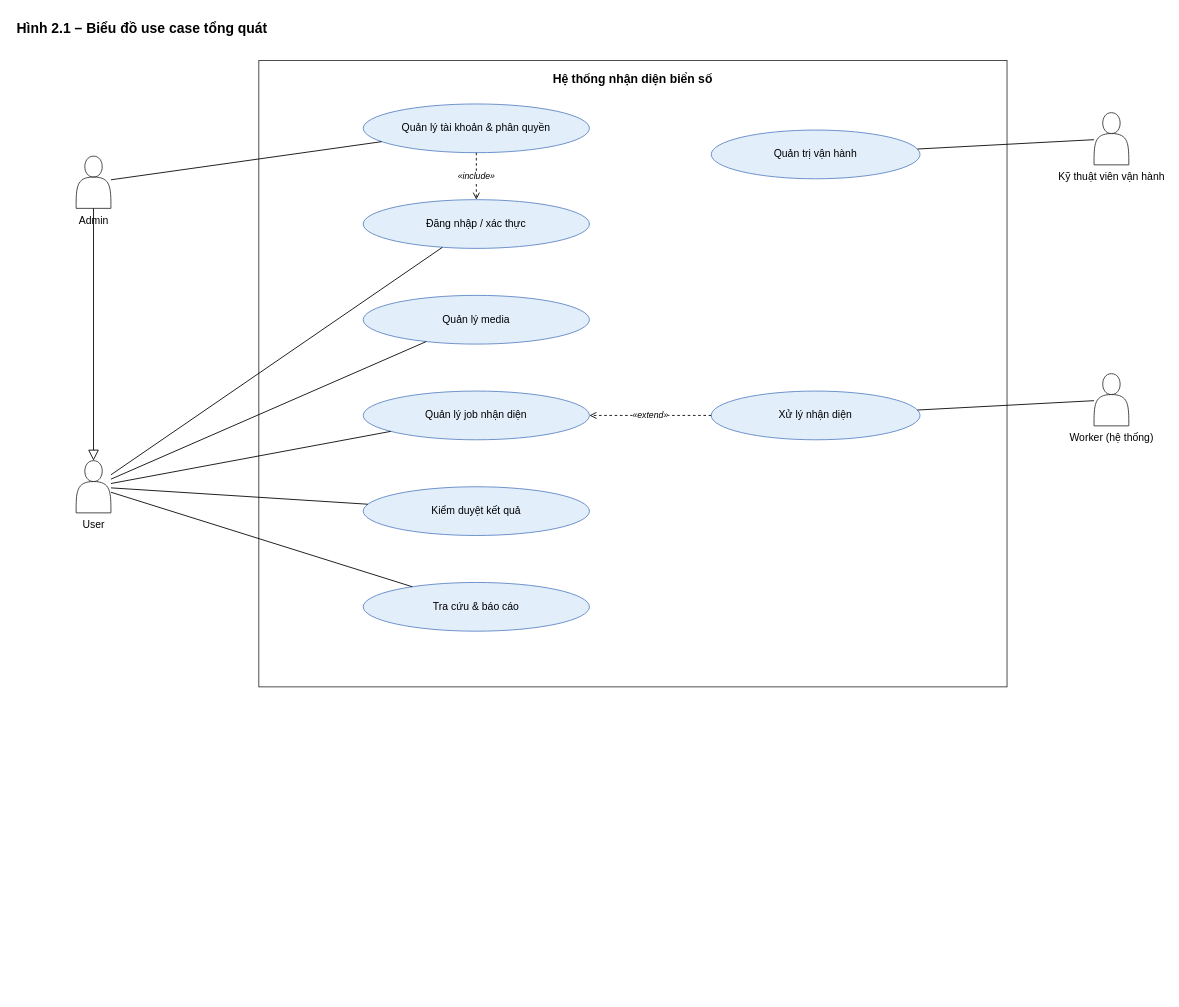
Before: page "2.1 Use case tổng quát" (6 of 44) of docs/uml/Vehicle_Tracking_UML.drawio in Oszumeiii/Vehicle_Tracking_BE, a draw.io diagram. Source tidied: cells renumbered, new cells numbered last; positions are measured from the earlier drawing's top-left corner, leaving out a move shared by most shapes. Both pictures are drawn from the tidied source at 87%, with x=0, y=0 at pixel (15, 15).
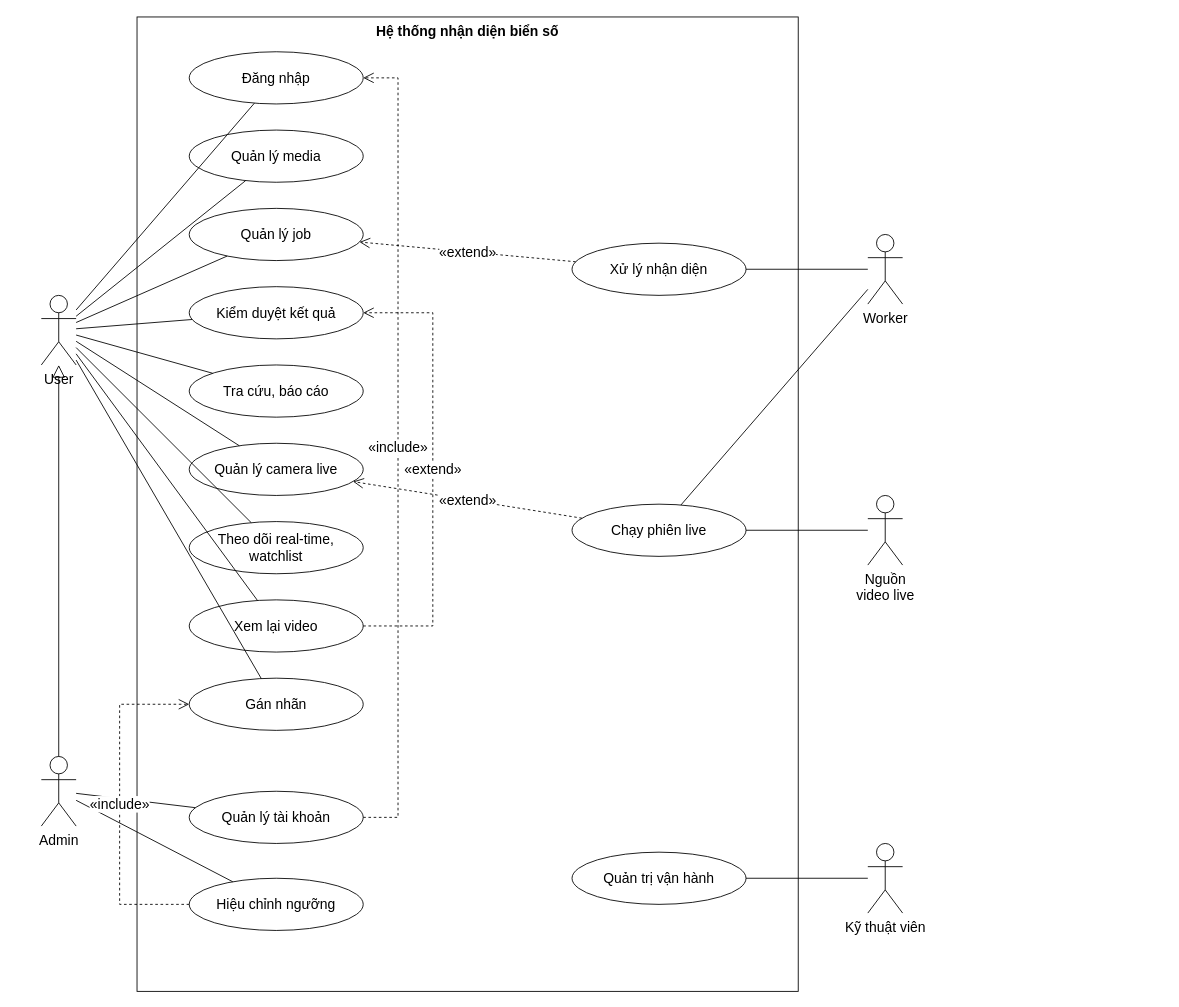
The same page after the edit.

Change to the diagram source:
```diff
@@
-    <mxCell id="2" value="Hình 2.1 – Biểu đồ use case tổng quát" style="fontFamily=Helvetica;fontSize=12;text;html=1;fontStyle=1;fontSize=16;align=left;verticalAlign=middle;strokeColor=none;fillColor=none;" parent="1" vertex="1">
-      <mxGeometry width="1200" height="30" as="geometry" />
-    </mxCell>
-    <mxCell id="3" value="Hệ thống nhận diện biển số" style="fontFamily=Helvetica;fontSize=12;rounded=0;whiteSpace=wrap;html=1;fillColor=none;strokeColor=#333333;verticalAlign=top;fontStyle=1;fontSize=14;spacingTop=6;" parent="1" vertex="1">
-      <mxGeometry x="280" y="52" width="860" height="720" as="geometry" />
+    <mxCell id="3" value="Hệ thống nhận diện biển số" style="fontFamily=Helvetica;fontSize=16;rounded=0;whiteSpace=wrap;html=1;verticalAlign=top;fontStyle=1;fillColor=none;" parent="1" vertex="1">
+      <mxGeometry x="140" y="2" width="760" height="1120" as="geometry" />
     </mxCell>
+    <mxCell id="5" value="User" style="fontFamily=Helvetica;fontSize=16;shape=umlActor;verticalLabelPosition=bottom;verticalAlign=top;html=1;outlineConnect=0;" parent="1" vertex="1">
+      <mxGeometry x="30" y="322" width="40" height="80" as="geometry" />
+    </mxCell>
-    <mxCell id="4" value="Admin" style="fontFamily=Helvetica;fontSize=12;shape=actor;verticalLabelPosition=bottom;verticalAlign=top;html=1;fillColor=#FFFFFF;strokeColor=#333333;labelBackgroundColor=none;" parent="1" vertex="1">
-      <mxGeometry x="70" y="162" width="40" height="60" as="geometry" />
+    <mxCell id="4" value="Admin" style="fontFamily=Helvetica;fontSize=16;shape=umlActor;verticalLabelPosition=bottom;verticalAlign=top;html=1;outlineConnect=0;" parent="1" vertex="1">
+      <mxGeometry x="30" y="852" width="40" height="80" as="geometry" />
     </mxCell>
-    <mxCell id="5" value="User" style="fontFamily=Helvetica;fontSize=12;shape=actor;verticalLabelPosition=bottom;verticalAlign=top;html=1;fillColor=#FFFFFF;strokeColor=#333333;labelBackgroundColor=none;" parent="1" vertex="1">
-      <mxGeometry x="70" y="512" width="40" height="60" as="geometry" />
-    </mxCell>
-    <mxCell id="6" value="Worker (hệ thống)" style="fontFamily=Helvetica;fontSize=12;shape=actor;verticalLabelPosition=bottom;verticalAlign=top;html=1;fillColor=#FFFFFF;strokeColor=#333333;labelBackgroundColor=none;" parent="1" vertex="1">
-      <mxGeometry x="1240" y="412" width="40" height="60" as="geometry" />
-    </mxCell>
-    <mxCell id="7" value="Kỹ thuật viên vận hành" style="fontFamily=Helvetica;fontSize=12;shape=actor;verticalLabelPosition=bottom;verticalAlign=top;html=1;fillColor=#FFFFFF;strokeColor=#333333;labelBackgroundColor=none;" parent="1" vertex="1">
-      <mxGeometry x="1240" y="112" width="40" height="60" as="geometry" />
-    </mxCell>
-    <mxCell id="8" value="Quản lý tài khoản &amp; phân quyền" style="fontFamily=Helvetica;fontSize=12;shape=ellipse;perimeter=ellipsePerimeter;whiteSpace=wrap;html=1;fillColor=#E3EEFB;strokeColor=#5B84C4;" parent="1" vertex="1">
-      <mxGeometry x="400" y="102" width="260" height="56" as="geometry" />
-    </mxCell>
-    <mxCell id="9" value="Đăng nhập / xác thực" style="fontFamily=Helvetica;fontSize=12;shape=ellipse;perimeter=ellipsePerimeter;whiteSpace=wrap;html=1;fillColor=#E3EEFB;strokeColor=#5B84C4;" parent="1" vertex="1">
-      <mxGeometry x="400" y="212" width="260" height="56" as="geometry" />
-    </mxCell>
+    <mxCell id="27" value="Worker" style="fontFamily=Helvetica;fontSize=16;shape=umlActor;verticalLabelPosition=bottom;verticalAlign=top;html=1;outlineConnect=0;" parent="1" vertex="1">
+      <mxGeometry x="980" y="252" width="40" height="80" as="geometry" />
+    </mxCell>
+    <mxCell id="28" value="Nguồn&lt;br&gt;video live" style="fontFamily=Helvetica;fontSize=16;shape=umlActor;verticalLabelPosition=bottom;verticalAlign=top;html=1;outlineConnect=0;" parent="1" vertex="1">
+      <mxGeometry x="980" y="552" width="40" height="80" as="geometry" />
+    </mxCell>
+    <mxCell id="29" value="Kỹ thuật viên" style="fontFamily=Helvetica;fontSize=16;shape=umlActor;verticalLabelPosition=bottom;verticalAlign=top;html=1;outlineConnect=0;" parent="1" vertex="1">
+      <mxGeometry x="980" y="952" width="40" height="80" as="geometry" />
+    </mxCell>
+    <mxCell id="16" style="fontFamily=Helvetica;fontSize=16;endArrow=block;endFill=0;endSize=12;html=1;rounded=0;" parent="1" edge="1" source="4" target="5">
+      <mxGeometry relative="1" as="geometry" />
+    </mxCell>
+    <mxCell id="30" value="Đăng nhập" style="fontFamily=Helvetica;fontSize=16;ellipse;whiteSpace=wrap;html=1;" parent="1" vertex="1">
+      <mxGeometry x="200" y="42" width="200" height="60" as="geometry" />
+    </mxCell>
-    <mxCell id="10" value="Quản lý media" style="fontFamily=Helvetica;fontSize=12;shape=ellipse;perimeter=ellipsePerimeter;whiteSpace=wrap;html=1;fillColor=#E3EEFB;strokeColor=#5B84C4;" parent="1" vertex="1">
-      <mxGeometry x="400" y="322" width="260" height="56" as="geometry" />
+    <mxCell id="10" value="Quản lý media" style="fontFamily=Helvetica;fontSize=16;ellipse;whiteSpace=wrap;html=1;" parent="1" vertex="1">
+      <mxGeometry x="200" y="132" width="200" height="60" as="geometry" />
     </mxCell>
-    <mxCell id="11" value="Quản lý job nhận diện" style="fontFamily=Helvetica;fontSize=12;shape=ellipse;perimeter=ellipsePerimeter;whiteSpace=wrap;html=1;fillColor=#E3EEFB;strokeColor=#5B84C4;" parent="1" vertex="1">
-      <mxGeometry x="400" y="432" width="260" height="56" as="geometry" />
-    </mxCell>
+    <mxCell id="31" value="Quản lý job" style="fontFamily=Helvetica;fontSize=16;ellipse;whiteSpace=wrap;html=1;" parent="1" vertex="1">
+      <mxGeometry x="200" y="222" width="200" height="60" as="geometry" />
+    </mxCell>
-    <mxCell id="12" value="Kiểm duyệt kết quả" style="fontFamily=Helvetica;fontSize=12;shape=ellipse;perimeter=ellipsePerimeter;whiteSpace=wrap;html=1;fillColor=#E3EEFB;strokeColor=#5B84C4;" parent="1" vertex="1">
-      <mxGeometry x="400" y="542" width="260" height="56" as="geometry" />
+    <mxCell id="12" value="Kiểm duyệt kết quả" style="fontFamily=Helvetica;fontSize=16;ellipse;whiteSpace=wrap;html=1;" parent="1" vertex="1">
+      <mxGeometry x="200" y="312" width="200" height="60" as="geometry" />
     </mxCell>
-    <mxCell id="13" value="Tra cứu &amp; báo cáo" style="fontFamily=Helvetica;fontSize=12;shape=ellipse;perimeter=ellipsePerimeter;whiteSpace=wrap;html=1;fillColor=#E3EEFB;strokeColor=#5B84C4;" parent="1" vertex="1">
-      <mxGeometry x="400" y="652" width="260" height="56" as="geometry" />
-    </mxCell>
+    <mxCell id="32" value="Tra cứu, báo cáo" style="fontFamily=Helvetica;fontSize=16;ellipse;whiteSpace=wrap;html=1;" parent="1" vertex="1">
+      <mxGeometry x="200" y="402" width="200" height="60" as="geometry" />
+    </mxCell>
+    <mxCell id="33" value="Quản lý camera live" style="fontFamily=Helvetica;fontSize=16;ellipse;whiteSpace=wrap;html=1;" parent="1" vertex="1">
+      <mxGeometry x="200" y="492" width="200" height="60" as="geometry" />
+    </mxCell>
+    <mxCell id="34" value="Theo dõi real-time,&lt;br&gt;watchlist" style="fontFamily=Helvetica;fontSize=16;ellipse;whiteSpace=wrap;html=1;" parent="1" vertex="1">
+      <mxGeometry x="200" y="582" width="200" height="60" as="geometry" />
+    </mxCell>
+    <mxCell id="35" value="Xem lại video" style="fontFamily=Helvetica;fontSize=16;ellipse;whiteSpace=wrap;html=1;" parent="1" vertex="1">
+      <mxGeometry x="200" y="672" width="200" height="60" as="geometry" />
+    </mxCell>
+    <mxCell id="36" value="Gán nhãn" style="fontFamily=Helvetica;fontSize=16;ellipse;whiteSpace=wrap;html=1;" parent="1" vertex="1">
+      <mxGeometry x="200" y="762" width="200" height="60" as="geometry" />
+    </mxCell>
+    <mxCell id="37" value="Quản lý tài khoản" style="fontFamily=Helvetica;fontSize=16;ellipse;whiteSpace=wrap;html=1;" parent="1" vertex="1">
+      <mxGeometry x="200" y="892" width="200" height="60" as="geometry" />
+    </mxCell>
+    <mxCell id="38" value="Hiệu chỉnh ngưỡng" style="fontFamily=Helvetica;fontSize=16;ellipse;whiteSpace=wrap;html=1;" parent="1" vertex="1">
+      <mxGeometry x="200" y="992" width="200" height="60" as="geometry" />
+    </mxCell>
-    <mxCell id="14" value="Xử lý nhận diện" style="fontFamily=Helvetica;fontSize=12;shape=ellipse;perimeter=ellipsePerimeter;whiteSpace=wrap;html=1;fillColor=#E3EEFB;strokeColor=#5B84C4;" parent="1" vertex="1">
-      <mxGeometry x="800" y="432" width="240" height="56" as="geometry" />
+    <mxCell id="14" value="Xử lý nhận diện" style="fontFamily=Helvetica;fontSize=16;ellipse;whiteSpace=wrap;html=1;" parent="1" vertex="1">
+      <mxGeometry x="640" y="262" width="200" height="60" as="geometry" />
     </mxCell>
+    <mxCell id="39" value="Chạy phiên live" style="fontFamily=Helvetica;fontSize=16;ellipse;whiteSpace=wrap;html=1;" parent="1" vertex="1">
+      <mxGeometry x="640" y="562" width="200" height="60" as="geometry" />
+    </mxCell>
-    <mxCell id="15" value="Quản trị vận hành" style="fontFamily=Helvetica;fontSize=12;shape=ellipse;perimeter=ellipsePerimeter;whiteSpace=wrap;html=1;fillColor=#E3EEFB;strokeColor=#5B84C4;" parent="1" vertex="1">
-      <mxGeometry x="800" y="132" width="240" height="56" as="geometry" />
+    <mxCell id="15" value="Quản trị vận hành" style="fontFamily=Helvetica;fontSize=16;ellipse;whiteSpace=wrap;html=1;" parent="1" vertex="1">
+      <mxGeometry x="640" y="962" width="200" height="60" as="geometry" />
     </mxCell>
-    <mxCell id="16" style="endArrow=block;endFill=0;endSize=10;html=1;rounded=0;" parent="1" edge="1" source="4" target="5">
-      <mxGeometry relative="1" as="geometry" />
-    </mxCell>
-    <mxCell id="17" style="endArrow=none;html=1;rounded=0;" parent="1" edge="1" source="4" target="8">
-      <mxGeometry relative="1" as="geometry" />
-    </mxCell>
-    <mxCell id="18" style="endArrow=none;html=1;rounded=0;" parent="1" edge="1" source="5" target="9">
-      <mxGeometry relative="1" as="geometry" />
-    </mxCell>
+    <mxCell id="40" style="fontFamily=Helvetica;fontSize=16;endArrow=none;html=1;rounded=0;" parent="1" edge="1" source="5" target="30">
+      <mxGeometry relative="1" as="geometry" />
+    </mxCell>
-    <mxCell id="19" style="endArrow=none;html=1;rounded=0;" parent="1" edge="1" source="5" target="10">
+    <mxCell id="19" style="fontFamily=Helvetica;fontSize=16;endArrow=none;html=1;rounded=0;" parent="1" edge="1" source="5" target="10">
       <mxGeometry relative="1" as="geometry" />
     </mxCell>
-    <mxCell id="20" style="endArrow=none;html=1;rounded=0;" parent="1" edge="1" source="5" target="11">
-      <mxGeometry relative="1" as="geometry" />
-    </mxCell>
+    <mxCell id="41" style="fontFamily=Helvetica;fontSize=16;endArrow=none;html=1;rounded=0;" parent="1" edge="1" source="5" target="31">
+      <mxGeometry relative="1" as="geometry" />
+    </mxCell>
-    <mxCell id="21" style="endArrow=none;html=1;rounded=0;" parent="1" edge="1" source="5" target="12">
+    <mxCell id="21" style="fontFamily=Helvetica;fontSize=16;endArrow=none;html=1;rounded=0;" parent="1" edge="1" source="5" target="12">
       <mxGeometry relative="1" as="geometry" />
     </mxCell>
-    <mxCell id="22" style="endArrow=none;html=1;rounded=0;" parent="1" edge="1" source="5" target="13">
-      <mxGeometry relative="1" as="geometry" />
-    </mxCell>
-    <mxCell id="23" style="endArrow=none;html=1;rounded=0;" parent="1" edge="1" source="6" target="14">
-      <mxGeometry relative="1" as="geometry" />
-    </mxCell>
-    <mxCell id="24" style="endArrow=none;html=1;rounded=0;" parent="1" edge="1" source="7" target="15">
-      <mxGeometry relative="1" as="geometry" />
-    </mxCell>
-    <mxCell id="25" value="«extend»" style="fontFamily=Helvetica;fontSize=12;endArrow=open;endFill=0;dashed=1;html=1;fontSize=10;fontStyle=2;labelBackgroundColor=#FFFFFF;" parent="1" edge="1" source="14" target="11">
-      <mxGeometry relative="1" as="geometry" />
-    </mxCell>
-    <mxCell id="26" value="«include»" style="fontFamily=Helvetica;fontSize=12;endArrow=open;endFill=0;dashed=1;html=1;fontSize=10;fontStyle=2;labelBackgroundColor=#FFFFFF;" parent="1" edge="1" source="8" target="9">
-      <mxGeometry relative="1" as="geometry" />
-    </mxCell>
+    <mxCell id="42" style="fontFamily=Helvetica;fontSize=16;endArrow=none;html=1;rounded=0;" parent="1" edge="1" source="5" target="32">
+      <mxGeometry relative="1" as="geometry" />
+    </mxCell>
+    <mxCell id="43" style="fontFamily=Helvetica;fontSize=16;endArrow=none;html=1;rounded=0;" parent="1" edge="1" source="5" target="33">
+      <mxGeometry relative="1" as="geometry" />
+    </mxCell>
+    <mxCell id="44" style="fontFamily=Helvetica;fontSize=16;endArrow=none;html=1;rounded=0;" parent="1" edge="1" source="5" target="34">
+      <mxGeometry relative="1" as="geometry" />
+    </mxCell>
+    <mxCell id="45" style="fontFamily=Helvetica;fontSize=16;endArrow=none;html=1;rounded=0;" parent="1" edge="1" source="5" target="35">
+      <mxGeometry relative="1" as="geometry" />
+    </mxCell>
+    <mxCell id="46" style="fontFamily=Helvetica;fontSize=16;endArrow=none;html=1;rounded=0;" parent="1" edge="1" source="5" target="36">
+      <mxGeometry relative="1" as="geometry" />
+    </mxCell>
+    <mxCell id="47" style="fontFamily=Helvetica;fontSize=16;endArrow=none;html=1;rounded=0;" parent="1" edge="1" source="4" target="37">
+      <mxGeometry relative="1" as="geometry" />
+    </mxCell>
+    <mxCell id="48" style="fontFamily=Helvetica;fontSize=16;endArrow=none;html=1;rounded=0;" parent="1" edge="1" source="4" target="38">
+      <mxGeometry relative="1" as="geometry" />
+    </mxCell>
+    <mxCell id="49" value="«include»" style="fontFamily=Helvetica;fontSize=16;endArrow=open;endSize=10;dashed=1;html=1;rounded=0;edgeStyle=orthogonalEdgeStyle;exitX=1;exitY=0.5;entryX=1;entryY=0.5;" parent="1" edge="1" source="37" target="30">
+      <mxGeometry relative="1" as="geometry">
+        <Array as="points">
+          <mxPoint x="440" y="922" />
+          <mxPoint x="440" y="72" />
+        </Array>
+      </mxGeometry>
+    </mxCell>
+    <mxCell id="50" value="«extend»" style="fontFamily=Helvetica;fontSize=16;endArrow=open;endSize=10;dashed=1;html=1;rounded=0;" parent="1" edge="1" source="14" target="31">
+      <mxGeometry relative="1" as="geometry" />
+    </mxCell>
+    <mxCell id="51" style="fontFamily=Helvetica;fontSize=16;endArrow=none;html=1;rounded=0;" parent="1" edge="1" source="27" target="14">
+      <mxGeometry relative="1" as="geometry" />
+    </mxCell>
+    <mxCell id="52" style="fontFamily=Helvetica;fontSize=16;endArrow=none;html=1;rounded=0;" parent="1" edge="1" source="27" target="39">
+      <mxGeometry relative="1" as="geometry" />
+    </mxCell>
+    <mxCell id="53" value="«extend»" style="fontFamily=Helvetica;fontSize=16;endArrow=open;endSize=10;dashed=1;html=1;rounded=0;" parent="1" edge="1" source="39" target="33">
+      <mxGeometry relative="1" as="geometry" />
+    </mxCell>
+    <mxCell id="54" style="fontFamily=Helvetica;fontSize=16;endArrow=none;html=1;rounded=0;" parent="1" edge="1" source="28" target="39">
+      <mxGeometry relative="1" as="geometry" />
+    </mxCell>
+    <mxCell id="55" value="«extend»" style="fontFamily=Helvetica;fontSize=16;endArrow=open;endSize=10;dashed=1;html=1;rounded=0;edgeStyle=orthogonalEdgeStyle;exitX=1;exitY=0.5;entryX=1;entryY=0.5;" parent="1" edge="1" source="35" target="12">
+      <mxGeometry relative="1" as="geometry">
+        <Array as="points">
+          <mxPoint x="480" y="702" />
+          <mxPoint x="480" y="342" />
+        </Array>
+      </mxGeometry>
+    </mxCell>
+    <mxCell id="56" value="«include»" style="fontFamily=Helvetica;fontSize=16;endArrow=open;endSize=10;dashed=1;html=1;rounded=0;edgeStyle=orthogonalEdgeStyle;exitX=0;exitY=0.5;entryX=0;entryY=0.5;" parent="1" edge="1" source="38" target="36">
+      <mxGeometry relative="1" as="geometry">
+        <Array as="points">
+          <mxPoint x="120" y="1022" />
+          <mxPoint x="120" y="792" />
+        </Array>
+      </mxGeometry>
+    </mxCell>
+    <mxCell id="57" style="fontFamily=Helvetica;fontSize=16;endArrow=none;html=1;rounded=0;" parent="1" edge="1" source="29" target="15">
+      <mxGeometry relative="1" as="geometry" />
+    </mxCell>
```
